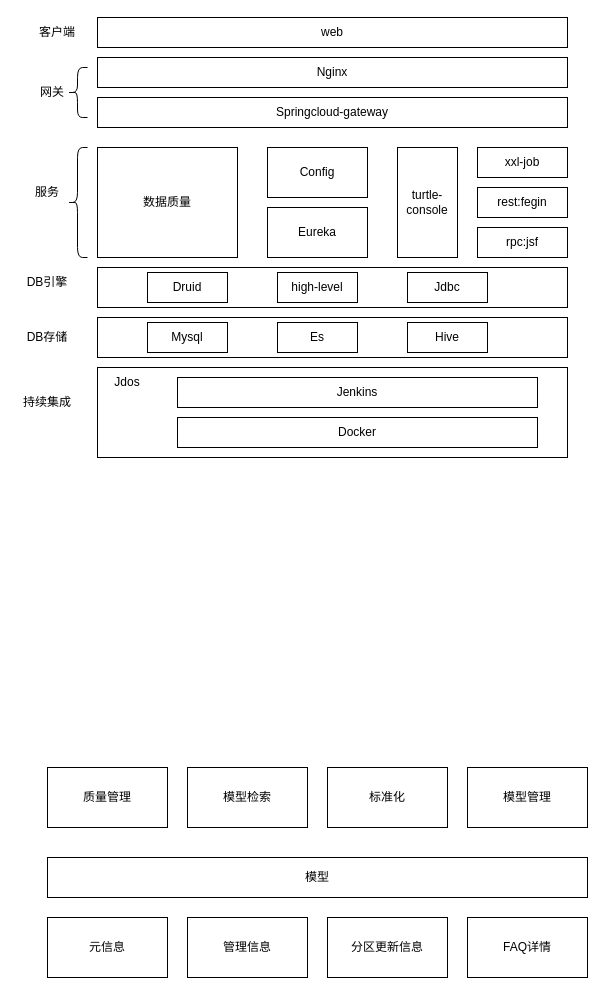
The draw.io diagram page "数据地图架构" (6 of 6) of demo01/数据地图.drawio in huang-chh/draw, before the edit. Source tidied: cells renumbered, new cells numbered last; positions are measured from the earlier drawing's top-left corner, leaving out a move shared by most shapes. Both pictures are drawn from the tidied source at 100%, with x=0, y=0 at pixel (17, 17).
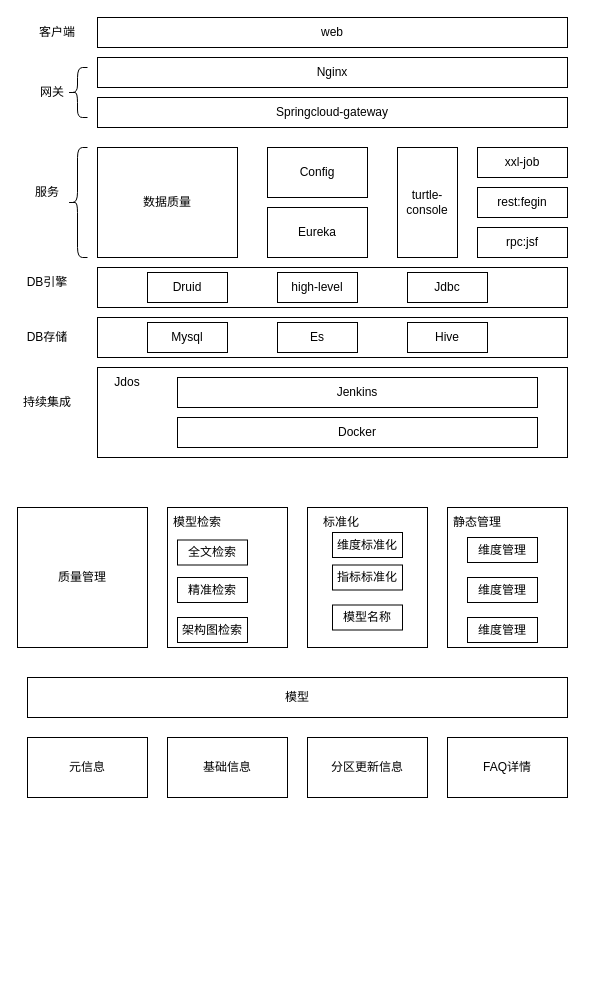
After the change.

Commit message:
更新数据地图.drawio

What changed in the source:
```diff
@@
     <mxCell id="19" value="模型" style="rounded=0;whiteSpace=wrap;html=1;" parent="1" vertex="1">
-      <mxGeometry x="30" y="840" width="540" height="40" as="geometry" />
+      <mxGeometry x="10" y="660" width="540" height="40" as="geometry" />
     </mxCell>
@@
-    <mxCell id="33" value="标准化" style="rounded=0;whiteSpace=wrap;html=1;" parent="1" vertex="1">
-      <mxGeometry x="310" y="750" width="120" height="60" as="geometry" />
+    <mxCell id="33" style="rounded=0;whiteSpace=wrap;html=1;" parent="1" vertex="1">
+      <mxGeometry x="290" y="490" width="120" height="140" as="geometry" />
     </mxCell>
     <mxCell id="34" value="元信息" style="rounded=0;whiteSpace=wrap;html=1;" parent="1" vertex="1">
-      <mxGeometry x="30" y="900" width="120" height="60" as="geometry" />
+      <mxGeometry x="10" y="720" width="120" height="60" as="geometry" />
     </mxCell>
-    <mxCell id="35" value="管理信息" style="rounded=0;whiteSpace=wrap;html=1;" parent="1" vertex="1">
-      <mxGeometry x="170" y="900" width="120" height="60" as="geometry" />
+    <mxCell id="35" value="基础信息" style="rounded=0;whiteSpace=wrap;html=1;" parent="1" vertex="1">
+      <mxGeometry x="150" y="720" width="120" height="60" as="geometry" />
     </mxCell>
     <mxCell id="36" value="分区更新信息" style="rounded=0;whiteSpace=wrap;html=1;" parent="1" vertex="1">
-      <mxGeometry x="310" y="900" width="120" height="60" as="geometry" />
+      <mxGeometry x="290" y="720" width="120" height="60" as="geometry" />
     </mxCell>
-    <mxCell id="37" value="模型管理" style="rounded=0;whiteSpace=wrap;html=1;" parent="1" vertex="1">
-      <mxGeometry x="450" y="750" width="120" height="60" as="geometry" />
+    <mxCell id="37" style="rounded=0;whiteSpace=wrap;html=1;" parent="1" vertex="1">
+      <mxGeometry x="430" y="490" width="120" height="140" as="geometry" />
     </mxCell>
     <mxCell id="38" value="FAQ详情" style="rounded=0;whiteSpace=wrap;html=1;" parent="1" vertex="1">
-      <mxGeometry x="450" y="900" width="120" height="60" as="geometry" />
+      <mxGeometry x="430" y="720" width="120" height="60" as="geometry" />
     </mxCell>
-    <mxCell id="39" value="模型检索" style="rounded=0;whiteSpace=wrap;html=1;" parent="1" vertex="1">
-      <mxGeometry x="170" y="750" width="120" height="60" as="geometry" />
+    <mxCell id="39" style="rounded=0;whiteSpace=wrap;html=1;" parent="1" vertex="1">
+      <mxGeometry x="150" y="490" width="120" height="140" as="geometry" />
     </mxCell>
     <mxCell id="40" value="质量管理" style="rounded=0;whiteSpace=wrap;html=1;" parent="1" vertex="1">
-      <mxGeometry x="30" y="750" width="120" height="60" as="geometry" />
+      <mxGeometry y="490" width="130" height="140" as="geometry" />
     </mxCell>
+    <mxCell id="41" value="静态管理" style="text;html=1;strokeColor=none;fillColor=none;align=center;verticalAlign=middle;whiteSpace=wrap;rounded=0;" parent="1" vertex="1">
+      <mxGeometry x="430" y="495" width="60" height="20" as="geometry" />
+    </mxCell>
+    <mxCell id="42" value="维度管理" style="rounded=0;whiteSpace=wrap;html=1;" parent="1" vertex="1">
+      <mxGeometry x="450" y="520" width="70" height="25" as="geometry" />
+    </mxCell>
+    <mxCell id="43" value="维度管理" style="rounded=0;whiteSpace=wrap;html=1;" parent="1" vertex="1">
+      <mxGeometry x="450" y="560" width="70" height="25" as="geometry" />
+    </mxCell>
+    <mxCell id="44" value="维度管理" style="rounded=0;whiteSpace=wrap;html=1;" parent="1" vertex="1">
+      <mxGeometry x="450" y="600" width="70" height="25" as="geometry" />
+    </mxCell>
+    <mxCell id="45" value="标准化" style="text;html=1;strokeColor=none;fillColor=none;align=center;verticalAlign=middle;whiteSpace=wrap;rounded=0;" parent="1" vertex="1">
+      <mxGeometry x="294" y="495" width="60" height="20" as="geometry" />
+    </mxCell>
+    <mxCell id="46" value="维度标准化" style="rounded=0;whiteSpace=wrap;html=1;" parent="1" vertex="1">
+      <mxGeometry x="315" y="515" width="70" height="25" as="geometry" />
+    </mxCell>
+    <mxCell id="47" value="指标标准化" style="rounded=0;whiteSpace=wrap;html=1;" parent="1" vertex="1">
+      <mxGeometry x="315" y="547.5" width="70" height="25" as="geometry" />
+    </mxCell>
+    <mxCell id="48" value="模型名称" style="rounded=0;whiteSpace=wrap;html=1;" parent="1" vertex="1">
+      <mxGeometry x="315" y="587.5" width="70" height="25" as="geometry" />
+    </mxCell>
+    <mxCell id="49" value="模型检索" style="text;html=1;strokeColor=none;fillColor=none;align=center;verticalAlign=middle;whiteSpace=wrap;rounded=0;" parent="1" vertex="1">
+      <mxGeometry x="150" y="495" width="60" height="20" as="geometry" />
+    </mxCell>
+    <mxCell id="50" value="全文检索" style="rounded=0;whiteSpace=wrap;html=1;" parent="1" vertex="1">
+      <mxGeometry x="160" y="522.5" width="70" height="25" as="geometry" />
+    </mxCell>
+    <mxCell id="51" value="精准检索" style="rounded=0;whiteSpace=wrap;html=1;" parent="1" vertex="1">
+      <mxGeometry x="160" y="560" width="70" height="25" as="geometry" />
+    </mxCell>
+    <mxCell id="52" value="架构图检索" style="rounded=0;whiteSpace=wrap;html=1;" parent="1" vertex="1">
+      <mxGeometry x="160" y="600" width="70" height="25" as="geometry" />
+    </mxCell>
```
